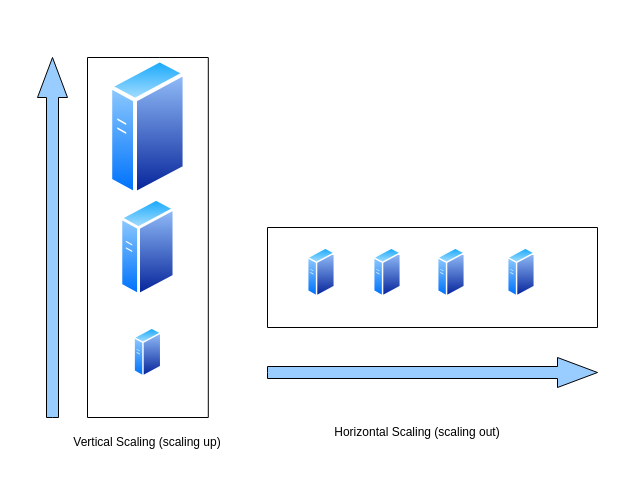
Earlier version of the draw.io diagram Untitled Diagram.drawio (kasukur/drawio). Source tidied: cells renumbered, new cells numbered last; positions are measured from the earlier drawing's top-left corner, leaving out a move shared by most shapes. Both pictures are drawn from the tidied source at 100%, with x=0, y=0 at pixel (37, 57).
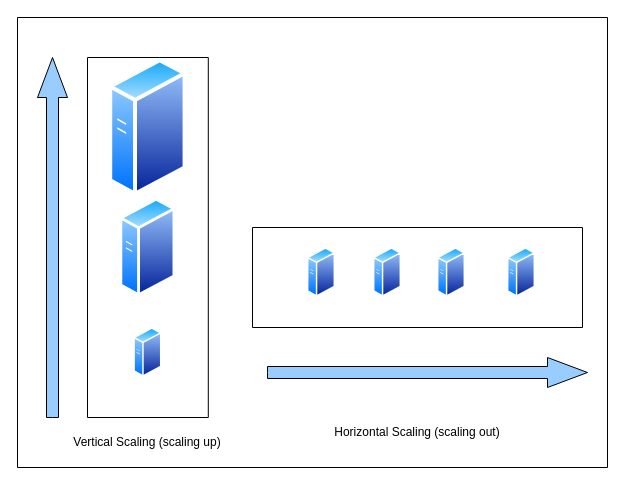
The same page after the edit.

What changed in the source:
```diff
@@
 <mxGraphModel>
   <root>
     <mxCell id="0" />
     <mxCell id="1" parent="0" />
     <mxCell id="2" style="verticalLabelPosition=bottom;verticalAlign=top;html=1;shape=mxgraph.basic.rect;fillColor2=none;strokeWidth=1;size=20;indent=5;" parent="1" vertex="1">
       <mxGeometry x="50" width="120.8" height="360" as="geometry" />
     </mxCell>
     <mxCell id="3" style="perimeter=ellipsePerimeter;html=1;align=center;shadow=0;dashed=0;spacingTop=3;image;image=img/lib/active_directory/generic_server.svg;" parent="1" vertex="1">
       <mxGeometry x="96.4" y="270" width="28" height="50" as="geometry" />
     </mxCell>
     <mxCell id="4" style="perimeter=ellipsePerimeter;html=1;align=center;shadow=0;dashed=0;spacingTop=3;image;image=img/lib/active_directory/generic_server.svg;" parent="1" vertex="1">
       <mxGeometry x="82.4" y="140" width="56" height="100" as="geometry" />
     </mxCell>
     <mxCell id="5" style="perimeter=ellipsePerimeter;html=1;align=center;shadow=0;dashed=0;spacingTop=3;image;image=img/lib/active_directory/generic_server.svg;" parent="1" vertex="1">
       <mxGeometry x="71.2" width="78.4" height="140" as="geometry" />
     </mxCell>
     <mxCell id="6" style="verticalLabelPosition=bottom;verticalAlign=top;html=1;shape=mxgraph.basic.rect;fillColor2=none;strokeWidth=1;size=20;indent=5;" parent="1" vertex="1">
-      <mxGeometry x="230" y="170" width="330" height="100" as="geometry" />
+      <mxGeometry x="215" y="170" width="330" height="100" as="geometry" />
     </mxCell>
     <mxCell id="7" style="perimeter=ellipsePerimeter;html=1;align=center;shadow=0;dashed=0;spacingTop=3;image;image=img/lib/active_directory/generic_server.svg;" parent="1" vertex="1">
       <mxGeometry x="270" y="190" width="28" height="50" as="geometry" />
     </mxCell>
     <mxCell id="8" style="perimeter=ellipsePerimeter;html=1;align=center;shadow=0;dashed=0;spacingTop=3;image;image=img/lib/active_directory/generic_server.svg;" parent="1" vertex="1">
       <mxGeometry x="336" y="190" width="28" height="50" as="geometry" />
     </mxCell>
     <mxCell id="9" style="perimeter=ellipsePerimeter;html=1;align=center;shadow=0;dashed=0;spacingTop=3;image;image=img/lib/active_directory/generic_server.svg;" parent="1" vertex="1">
       <mxGeometry x="400" y="190" width="28" height="50" as="geometry" />
     </mxCell>
     <mxCell id="10" style="perimeter=ellipsePerimeter;html=1;align=center;shadow=0;dashed=0;spacingTop=3;image;image=img/lib/active_directory/generic_server.svg;" parent="1" vertex="1">
       <mxGeometry x="470" y="190" width="28" height="50" as="geometry" />
     </mxCell>
     <mxCell id="11" style="html=1;shadow=0;dashed=0;align=center;verticalAlign=middle;shape=mxgraph.arrows2.arrow;dy=0.6;dx=40;notch=0;fillColor=#99CCFF;" parent="1" vertex="1">
-      <mxGeometry x="230" y="300" width="330" height="30" as="geometry" />
+      <mxGeometry x="230" y="300" width="320" height="30" as="geometry" />
     </mxCell>
     <mxCell id="12" style="html=1;shadow=0;dashed=0;align=center;verticalAlign=middle;shape=mxgraph.arrows2.arrow;dy=0.6;dx=40;notch=0;fillColor=#99CCFF;direction=north;" parent="1" vertex="1">
       <mxGeometry width="30" height="360" as="geometry" />
     </mxCell>
     <mxCell id="13" value="Horizontal Scaling (scaling out)" style="text;html=1;strokeColor=none;fillColor=none;align=center;verticalAlign=middle;whiteSpace=wrap;rounded=0;" parent="1" vertex="1">
       <mxGeometry x="280" y="360" width="200" height="30" as="geometry" />
     </mxCell>
     <mxCell id="14" value="Vertical Scaling (scaling up)" style="text;html=1;strokeColor=none;fillColor=none;align=center;verticalAlign=middle;whiteSpace=wrap;rounded=0;" parent="1" vertex="1">
       <mxGeometry x="10.4" y="370" width="200" height="30" as="geometry" />
     </mxCell>
+    <mxCell id="15" style="swimlane;startSize=0;fillColor=#99CCFF;" parent="1" vertex="1">
+      <mxGeometry x="-20" y="-40" width="590" height="450" as="geometry" />
+    </mxCell>
   </root>
 </mxGraphModel>
```
